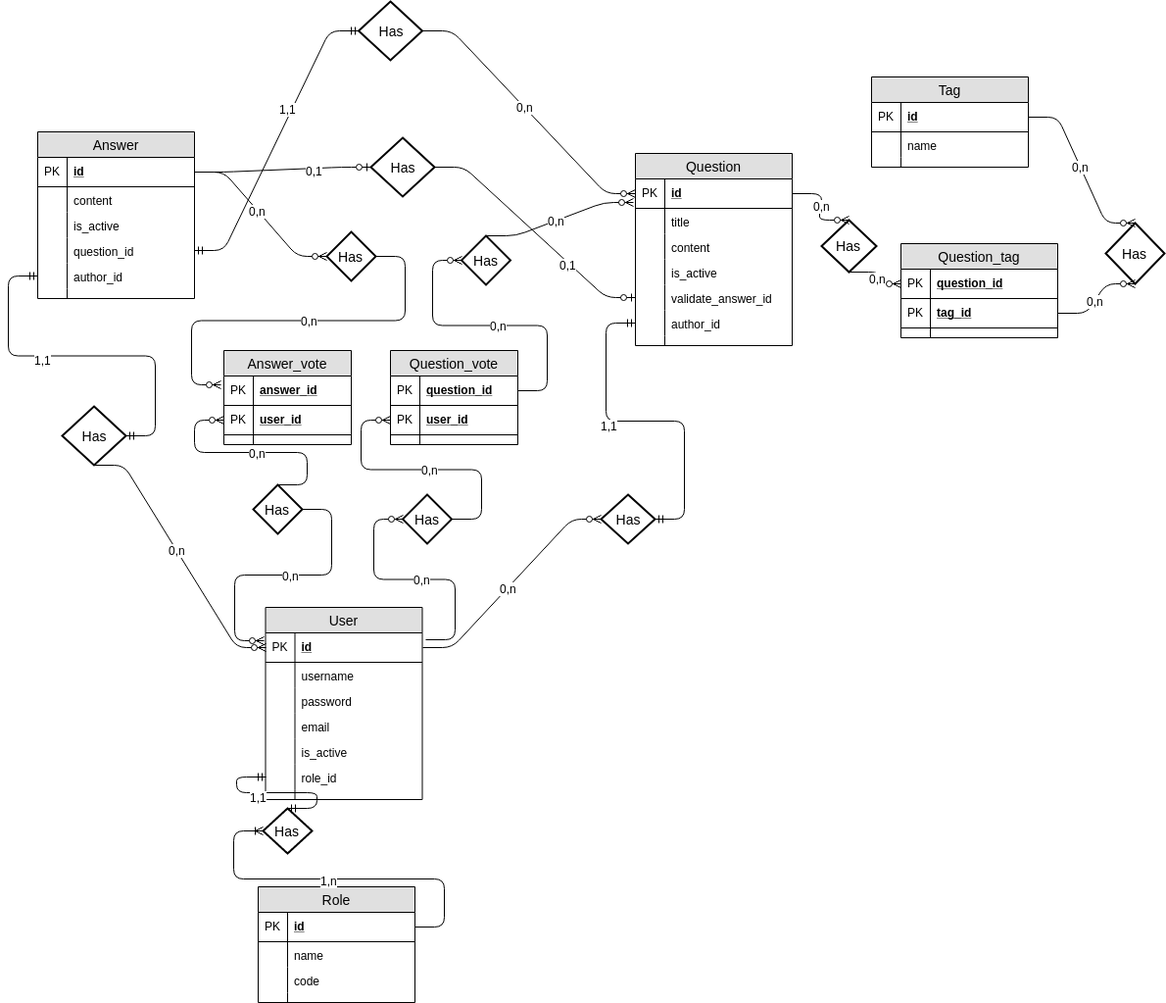
Above: docs/FAQ V1.0.png in Arnaud-Nova/Eval-Symfo-FAQ (draw.io), before the change. Source tidied: cells renumbered, new cells last; positions are measured from the earlier drawing's top-left corner, leaving out a move shared by most shapes.
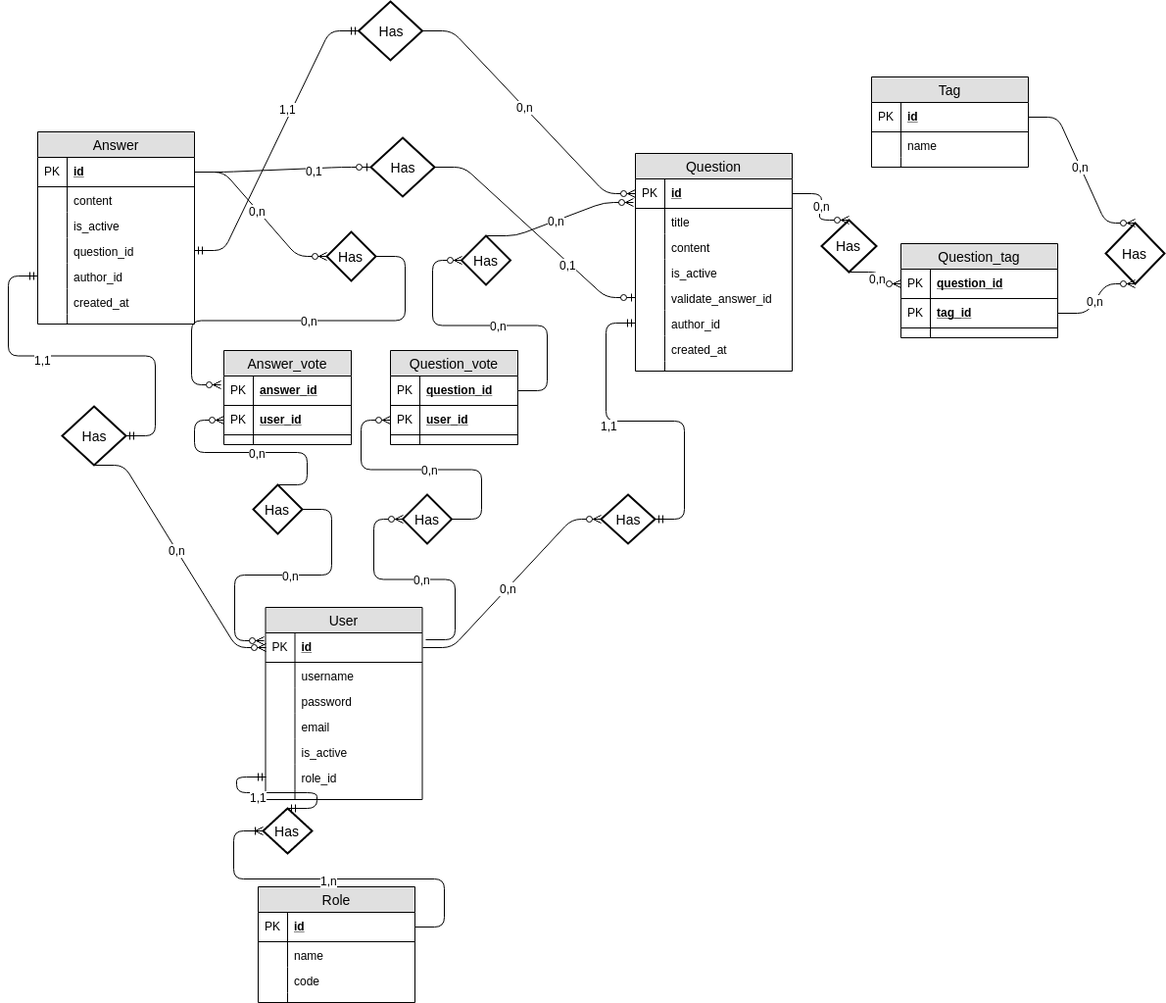
The same diagram one commit later.

What changed in the source:
```diff
@@ -3,7 +3,7 @@
     <mxCell id="0" />
     <mxCell id="1" parent="0" />
     <mxCell id="2" value="Question" style="swimlane;fontStyle=0;horizontal=1;startSize=26;fillColor=#e0e0e0;swimlaneFillColor=#ffffff;align=center;fontSize=14;" parent="1" vertex="1">
-      <mxGeometry x="610" y="155" width="160" height="196" as="geometry" />
+      <mxGeometry x="610" y="155" width="160" height="222" as="geometry" />
     </mxCell>
     <mxCell id="3" value="id" style="shape=partialRectangle;top=0;left=0;right=0;bottom=1;align=left;verticalAlign=middle;fillColor=none;spacingLeft=34;spacingRight=4;overflow=hidden;points=[[0,0.5],[1,0.5]];portConstraint=eastwest;fontStyle=5;fontSize=12;" parent="2" vertex="1">
       <mxGeometry y="26" width="160" height="30" as="geometry" />
@@ -41,14 +41,20 @@
     <mxCell id="14" style="shape=partialRectangle;top=0;left=0;bottom=0;fillColor=none;align=left;verticalAlign=top;spacingLeft=4;spacingRight=4;overflow=hidden;fontSize=12;" parent="13" vertex="1">
       <mxGeometry width="30" height="26" as="geometry" />
     </mxCell>
+    <mxCell id="137" value="created_at" style="shape=partialRectangle;top=0;left=0;right=0;bottom=0;align=left;verticalAlign=top;fillColor=none;spacingLeft=34;spacingRight=4;overflow=hidden;fontSize=12;" parent="2" vertex="1">
+      <mxGeometry y="186" width="160" height="26" as="geometry" />
+    </mxCell>
+    <mxCell id="138" style="shape=partialRectangle;top=0;left=0;bottom=0;fillColor=none;align=left;verticalAlign=top;spacingLeft=4;spacingRight=4;overflow=hidden;fontSize=12;" parent="137" vertex="1">
+      <mxGeometry width="30" height="26" as="geometry" />
+    </mxCell>
     <mxCell id="15" style="shape=partialRectangle;top=0;left=0;right=0;bottom=0;align=left;verticalAlign=top;fillColor=none;spacingLeft=34;spacingRight=4;overflow=hidden;fontSize=12;" parent="2" vertex="1">
-      <mxGeometry y="186" width="160" height="10" as="geometry" />
+      <mxGeometry y="212" width="160" height="10" as="geometry" />
     </mxCell>
     <mxCell id="16" style="shape=partialRectangle;top=0;left=0;bottom=0;fillColor=none;align=left;verticalAlign=top;spacingLeft=4;spacingRight=4;overflow=hidden;fontSize=12;" parent="15" vertex="1">
       <mxGeometry width="30" height="10" as="geometry" />
     </mxCell>
     <mxCell id="17" value="Answer" style="swimlane;fontStyle=0;horizontal=1;startSize=26;fillColor=#e0e0e0;swimlaneFillColor=#ffffff;align=center;fontSize=14;" parent="1" vertex="1">
-      <mxGeometry y="133" width="160" height="170" as="geometry" />
+      <mxGeometry y="133" width="160" height="196" as="geometry" />
     </mxCell>
     <mxCell id="18" value="id" style="shape=partialRectangle;top=0;left=0;right=0;bottom=1;align=left;verticalAlign=middle;fillColor=none;spacingLeft=34;spacingRight=4;overflow=hidden;points=[[0,0.5],[1,0.5]];portConstraint=eastwest;fontStyle=5;fontSize=12;" parent="17" vertex="1">
       <mxGeometry y="26" width="160" height="30" as="geometry" />
@@ -80,8 +86,14 @@
     <mxCell id="27" style="shape=partialRectangle;top=0;left=0;bottom=0;fillColor=none;align=left;verticalAlign=top;spacingLeft=4;spacingRight=4;overflow=hidden;fontSize=12;" parent="26" vertex="1">
       <mxGeometry width="30" height="26" as="geometry" />
     </mxCell>
+    <mxCell id="139" value="created_at" style="shape=partialRectangle;top=0;left=0;right=0;bottom=0;align=left;verticalAlign=top;fillColor=none;spacingLeft=34;spacingRight=4;overflow=hidden;fontSize=12;" parent="17" vertex="1">
+      <mxGeometry y="160" width="160" height="26" as="geometry" />
+    </mxCell>
+    <mxCell id="140" style="shape=partialRectangle;top=0;left=0;bottom=0;fillColor=none;align=left;verticalAlign=top;spacingLeft=4;spacingRight=4;overflow=hidden;fontSize=12;" parent="139" vertex="1">
+      <mxGeometry width="30" height="26" as="geometry" />
+    </mxCell>
     <mxCell id="28" style="shape=partialRectangle;top=0;left=0;right=0;bottom=0;align=left;verticalAlign=top;fillColor=none;spacingLeft=34;spacingRight=4;overflow=hidden;fontSize=12;" parent="17" vertex="1">
-      <mxGeometry y="160" width="160" height="10" as="geometry" />
+      <mxGeometry y="186" width="160" height="10" as="geometry" />
     </mxCell>
     <mxCell id="29" style="shape=partialRectangle;top=0;left=0;bottom=0;fillColor=none;align=left;verticalAlign=top;spacingLeft=4;spacingRight=4;overflow=hidden;fontSize=12;" parent="28" vertex="1">
       <mxGeometry width="30" height="10" as="geometry" />
```
